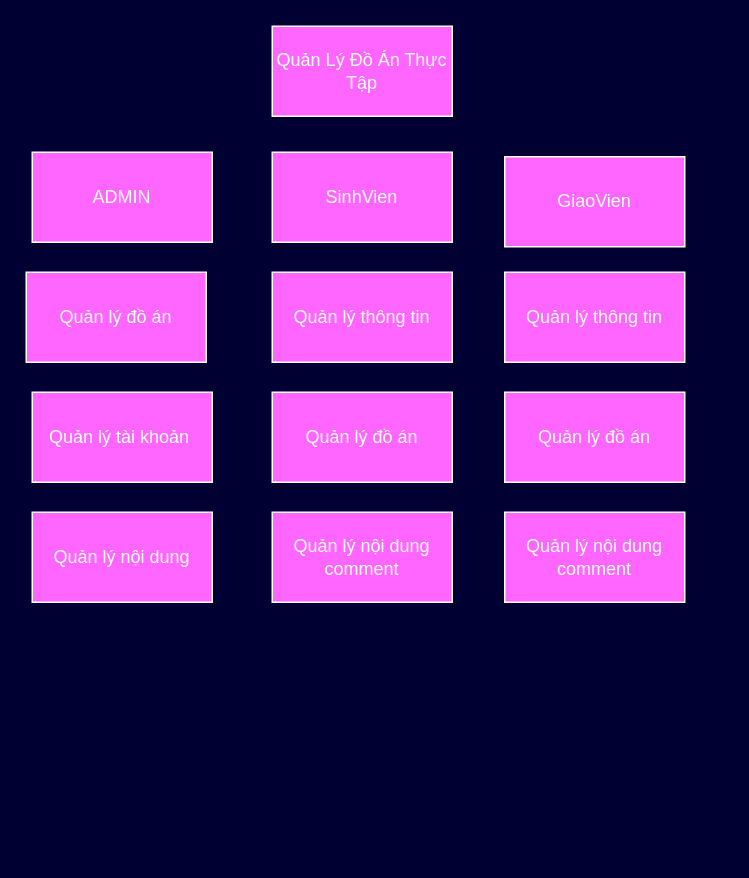
This is QuanLyDoAnThucTap.drawio from XuanTuc10/QL_DoAnThucTap, a draw.io file, before an edit. Source tidied: cells renumbered, new cells numbered last; positions are measured from the earlier drawing's top-left corner, leaving out a move shared by most shapes. Both pictures are drawn from the tidied source at 150%, with x=0, y=0 at pixel (26, 26).
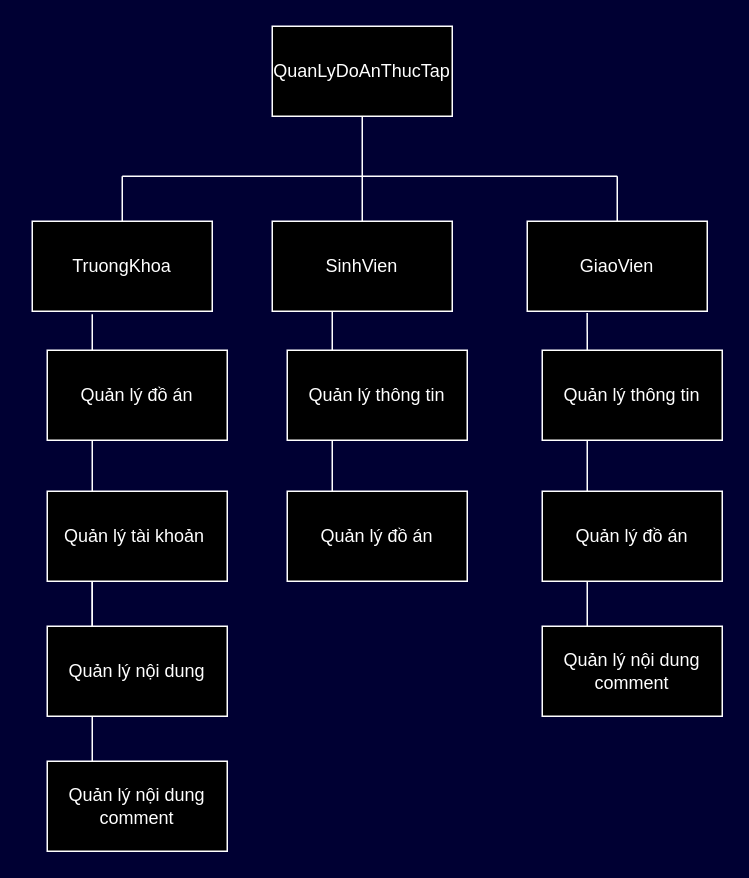
Above is the later version.

Diff of the diagram source:
```diff
@@
-    <mxCell id="2" value="Quản Lý Đồ Án Thực Tập" style="rounded=0;whiteSpace=wrap;html=1;fillColor=#FF66FF;strokeColor=#FFFFFF;fontColor=#FFFFFF;" parent="1" vertex="1">
+    <mxCell id="2" value="QuanLyDoAnThucTap" style="rounded=0;whiteSpace=wrap;html=1;fillColor=#000000;strokeColor=#FFFFFF;fontColor=#FFFFFF;" parent="1" vertex="1">
       <mxGeometry x="164" width="120" height="60" as="geometry" />
     </mxCell>
-    <mxCell id="3" value="SinhVien" style="rounded=0;whiteSpace=wrap;html=1;fillColor=#FF66FF;strokeColor=#FFFFFF;fontColor=#FFFFFF;" parent="1" vertex="1">
-      <mxGeometry x="164" y="84" width="120" height="60" as="geometry" />
+    <mxCell id="3" value="SinhVien" style="rounded=0;whiteSpace=wrap;html=1;fillColor=#000000;strokeColor=#FFFFFF;fontColor=#FFFFFF;" parent="1" vertex="1">
+      <mxGeometry x="164" y="130" width="120" height="60" as="geometry" />
     </mxCell>
-    <mxCell id="4" value="ADMIN" style="rounded=0;whiteSpace=wrap;html=1;fillColor=#FF66FF;strokeColor=#FFFFFF;fontColor=#FFFFFF;" parent="1" vertex="1">
-      <mxGeometry x="4" y="84" width="120" height="60" as="geometry" />
+    <mxCell id="4" value="TruongKhoa" style="rounded=0;whiteSpace=wrap;html=1;fillColor=#000000;strokeColor=#FFFFFF;fontColor=#FFFFFF;" parent="1" vertex="1">
+      <mxGeometry x="4" y="130" width="120" height="60" as="geometry" />
     </mxCell>
-    <mxCell id="5" value="GiaoVien" style="rounded=0;whiteSpace=wrap;html=1;fillColor=#FF66FF;strokeColor=#FFFFFF;fontColor=#FFFFFF;" parent="1" vertex="1">
-      <mxGeometry x="319" y="87" width="120" height="60" as="geometry" />
+    <mxCell id="5" value="GiaoVien" style="rounded=0;whiteSpace=wrap;html=1;fillColor=#000000;strokeColor=#FFFFFF;fontColor=#FFFFFF;" parent="1" vertex="1">
+      <mxGeometry x="334" y="130" width="120" height="60" as="geometry" />
     </mxCell>
-    <mxCell id="6" value="Quản lý đồ án" style="rounded=0;whiteSpace=wrap;html=1;fillColor=#FF66FF;strokeColor=#FFFFFF;fontColor=#FFFFFF;" parent="1" vertex="1">
-      <mxGeometry y="164" width="120" height="60" as="geometry" />
+    <mxCell id="6" value="Quản lý đồ án" style="rounded=0;whiteSpace=wrap;html=1;fillColor=#000000;strokeColor=#FFFFFF;fontColor=#FFFFFF;" parent="1" vertex="1">
+      <mxGeometry x="14" y="216" width="120" height="60" as="geometry" />
     </mxCell>
-    <mxCell id="7" value="Quản lý tài khoản&amp;nbsp;" style="rounded=0;whiteSpace=wrap;html=1;fillColor=#FF66FF;strokeColor=#FFFFFF;fontColor=#FFFFFF;" parent="1" vertex="1">
-      <mxGeometry x="4" y="244" width="120" height="60" as="geometry" />
+    <mxCell id="7" value="Quản lý tài khoản&amp;nbsp;" style="rounded=0;whiteSpace=wrap;html=1;fillColor=#000000;strokeColor=#FFFFFF;fontColor=#FFFFFF;" parent="1" vertex="1">
+      <mxGeometry x="14" y="310" width="120" height="60" as="geometry" />
     </mxCell>
-    <mxCell id="8" value="Quản lý nội dung" style="rounded=0;whiteSpace=wrap;html=1;fillColor=#FF66FF;strokeColor=#FFFFFF;fontColor=#FFFFFF;" parent="1" vertex="1">
-      <mxGeometry x="4" y="324" width="120" height="60" as="geometry" />
+    <mxCell id="8" value="Quản lý nội dung" style="rounded=0;whiteSpace=wrap;html=1;fillColor=#000000;strokeColor=#FFFFFF;fontColor=#FFFFFF;" parent="1" vertex="1">
+      <mxGeometry x="14" y="400" width="120" height="60" as="geometry" />
     </mxCell>
-    <mxCell id="9" value="Quản lý thông tin" style="rounded=0;whiteSpace=wrap;html=1;fillColor=#FF66FF;strokeColor=#FFFFFF;fontColor=#FFFFFF;" parent="1" vertex="1">
-      <mxGeometry x="164" y="164" width="120" height="60" as="geometry" />
+    <mxCell id="9" value="Quản lý thông tin" style="rounded=0;whiteSpace=wrap;html=1;fillColor=#000000;strokeColor=#FFFFFF;fontColor=#FFFFFF;" parent="1" vertex="1">
+      <mxGeometry x="174" y="216" width="120" height="60" as="geometry" />
     </mxCell>
-    <mxCell id="10" value="Quản lý đồ án" style="rounded=0;whiteSpace=wrap;html=1;fillColor=#FF66FF;strokeColor=#FFFFFF;fontColor=#FFFFFF;" parent="1" vertex="1">
-      <mxGeometry x="164" y="244" width="120" height="60" as="geometry" />
+    <mxCell id="10" value="Quản lý đồ án" style="rounded=0;whiteSpace=wrap;html=1;fillColor=#000000;strokeColor=#FFFFFF;fontColor=#FFFFFF;" parent="1" vertex="1">
+      <mxGeometry x="174" y="310" width="120" height="60" as="geometry" />
     </mxCell>
-    <mxCell id="11" value="Quản lý nội dung comment" style="rounded=0;whiteSpace=wrap;html=1;fillColor=#FF66FF;strokeColor=#FFFFFF;fontColor=#FFFFFF;" parent="1" vertex="1">
-      <mxGeometry x="164" y="324" width="120" height="60" as="geometry" />
+    <mxCell id="11" value="Quản lý nội dung comment" style="rounded=0;whiteSpace=wrap;html=1;fillColor=#000000;strokeColor=#FFFFFF;fontColor=#FFFFFF;" parent="1" vertex="1">
+      <mxGeometry x="14" y="490" width="120" height="60" as="geometry" />
     </mxCell>
-    <mxCell id="12" value="Quản lý thông tin" style="rounded=0;whiteSpace=wrap;html=1;fillColor=#FF66FF;strokeColor=#FFFFFF;fontColor=#FFFFFF;" parent="1" vertex="1">
-      <mxGeometry x="319" y="164" width="120" height="60" as="geometry" />
+    <mxCell id="12" value="Quản lý thông tin" style="rounded=0;whiteSpace=wrap;html=1;fillColor=#000000;strokeColor=#FFFFFF;fontColor=#FFFFFF;" parent="1" vertex="1">
+      <mxGeometry x="344" y="216" width="120" height="60" as="geometry" />
     </mxCell>
-    <mxCell id="13" value="Quản lý đồ án" style="rounded=0;whiteSpace=wrap;html=1;fillColor=#FF66FF;strokeColor=#FFFFFF;fontColor=#FFFFFF;" parent="1" vertex="1">
-      <mxGeometry x="319" y="244" width="120" height="60" as="geometry" />
+    <mxCell id="13" value="Quản lý đồ án" style="rounded=0;whiteSpace=wrap;html=1;fillColor=#000000;strokeColor=#FFFFFF;fontColor=#FFFFFF;" parent="1" vertex="1">
+      <mxGeometry x="344" y="310" width="120" height="60" as="geometry" />
     </mxCell>
-    <mxCell id="14" value="Quản lý nội dung comment" style="rounded=0;whiteSpace=wrap;html=1;fillColor=#FF66FF;strokeColor=#FFFFFF;fontColor=#FFFFFF;" parent="1" vertex="1">
-      <mxGeometry x="319" y="324" width="120" height="60" as="geometry" />
+    <mxCell id="14" value="Quản lý nội dung comment" style="rounded=0;whiteSpace=wrap;html=1;fillColor=#000000;strokeColor=#FFFFFF;fontColor=#FFFFFF;" parent="1" vertex="1">
+      <mxGeometry x="344" y="400" width="120" height="60" as="geometry" />
     </mxCell>
+    <mxCell id="15" style="endArrow=none;html=1;rounded=0;entryX=0.5;entryY=1;entryDx=0;entryDy=0;strokeColor=#FFFFFF;exitX=0.5;exitY=0;exitDx=0;exitDy=0;" parent="1" edge="1" source="3" target="2">
+      <mxGeometry relative="1" as="geometry" />
+    </mxCell>
+    <mxCell id="16" style="endArrow=none;html=1;rounded=0;strokeColor=#FFFFFF;" parent="1" edge="1">
+      <mxGeometry relative="1" as="geometry">
+        <mxPoint x="64" y="100" as="sourcePoint" />
+        <mxPoint x="394" y="100" as="targetPoint" />
+      </mxGeometry>
+    </mxCell>
+    <mxCell id="17" style="endArrow=none;html=1;rounded=0;strokeColor=#FFFFFF;" parent="1" edge="1" source="4">
+      <mxGeometry relative="1" as="geometry">
+        <mxPoint x="64" y="100" as="targetPoint" />
+      </mxGeometry>
+    </mxCell>
+    <mxCell id="18" style="endArrow=none;html=1;rounded=0;strokeColor=#FFFFFF;exitX=0.5;exitY=0;exitDx=0;exitDy=0;" parent="1" edge="1" source="5">
+      <mxGeometry relative="1" as="geometry">
+        <mxPoint x="394" y="100" as="targetPoint" />
+      </mxGeometry>
+    </mxCell>
+    <mxCell id="19" style="endArrow=none;html=1;rounded=0;exitX=0.25;exitY=0;exitDx=0;exitDy=0;strokeColor=#FFFFFF;" parent="1" edge="1" source="6">
+      <mxGeometry relative="1" as="geometry">
+        <mxPoint x="44" y="192" as="targetPoint" />
+      </mxGeometry>
+    </mxCell>
+    <mxCell id="20" style="endArrow=none;html=1;rounded=0;entryX=0.25;entryY=1;entryDx=0;entryDy=0;exitX=0.25;exitY=0;exitDx=0;exitDy=0;strokeColor=#FFFFFF;" parent="1" edge="1" source="7" target="6">
+      <mxGeometry relative="1" as="geometry" />
+    </mxCell>
+    <mxCell id="21" style="endArrow=none;html=1;rounded=0;entryX=0.25;entryY=1;entryDx=0;entryDy=0;exitX=0.25;exitY=0;exitDx=0;exitDy=0;strokeColor=#FFFFFF;" parent="1" edge="1" source="8" target="7">
+      <mxGeometry relative="1" as="geometry" />
+    </mxCell>
+    <mxCell id="22" style="endArrow=none;html=1;rounded=0;exitX=0.25;exitY=0;exitDx=0;exitDy=0;strokeColor=#FFFFFF;" parent="1" edge="1" source="9">
+      <mxGeometry relative="1" as="geometry">
+        <mxPoint x="204" y="190" as="targetPoint" />
+      </mxGeometry>
+    </mxCell>
+    <mxCell id="23" style="endArrow=none;html=1;rounded=0;entryX=0.333;entryY=1.02;entryDx=0;entryDy=0;entryPerimeter=0;exitX=0.25;exitY=0;exitDx=0;exitDy=0;strokeColor=#FFFFFF;" parent="1" edge="1" source="12" target="5">
+      <mxGeometry relative="1" as="geometry" />
+    </mxCell>
+    <mxCell id="24" style="endArrow=none;html=1;rounded=0;entryX=0.25;entryY=1;entryDx=0;entryDy=0;exitX=0.25;exitY=0;exitDx=0;exitDy=0;strokeColor=#FFFFFF;" parent="1" edge="1" source="8" target="7">
+      <mxGeometry relative="1" as="geometry" />
+    </mxCell>
+    <mxCell id="25" style="endArrow=none;html=1;rounded=0;entryX=0.25;entryY=1;entryDx=0;entryDy=0;exitX=0.25;exitY=0;exitDx=0;exitDy=0;strokeColor=#FFFFFF;" parent="1" edge="1" source="11" target="8">
+      <mxGeometry relative="1" as="geometry" />
+    </mxCell>
+    <mxCell id="26" style="endArrow=none;html=1;rounded=0;entryX=0.25;entryY=1;entryDx=0;entryDy=0;exitX=0.25;exitY=0;exitDx=0;exitDy=0;strokeColor=#FFFFFF;" parent="1" edge="1" source="10" target="9">
+      <mxGeometry relative="1" as="geometry" />
+    </mxCell>
+    <mxCell id="27" style="endArrow=none;html=1;rounded=0;entryX=0.25;entryY=1;entryDx=0;entryDy=0;exitX=0.25;exitY=0;exitDx=0;exitDy=0;strokeColor=#FFFFFF;" parent="1" edge="1" source="14" target="13">
+      <mxGeometry relative="1" as="geometry" />
+    </mxCell>
+    <mxCell id="28" style="endArrow=none;html=1;rounded=0;entryX=0.25;entryY=1;entryDx=0;entryDy=0;exitX=0.25;exitY=0;exitDx=0;exitDy=0;strokeColor=#FFFFFF;" parent="1" edge="1" source="13" target="12">
+      <mxGeometry relative="1" as="geometry" />
+    </mxCell>
```
